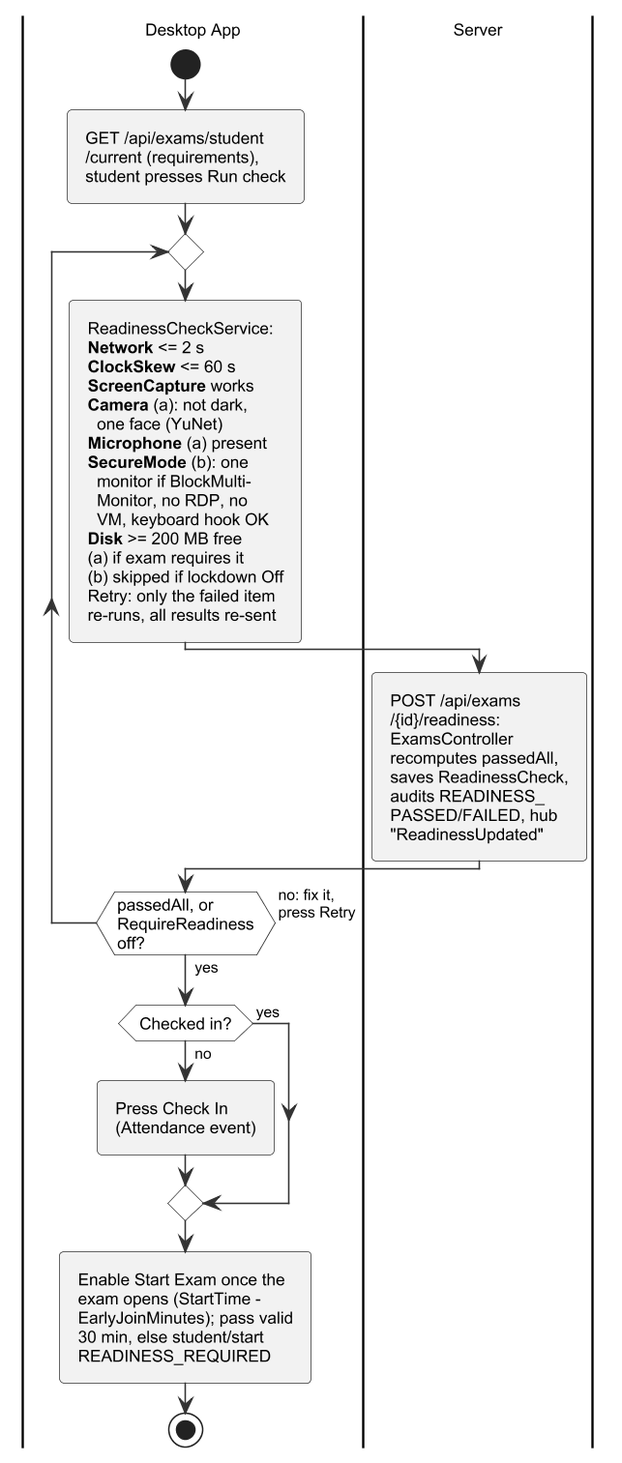
Earlier version of the PlantUML export important docs/fyp_doc_3chatp/Figures/activity_diagnostics.png (Haiderali27-hub/AI-Lab-Monitoring-).
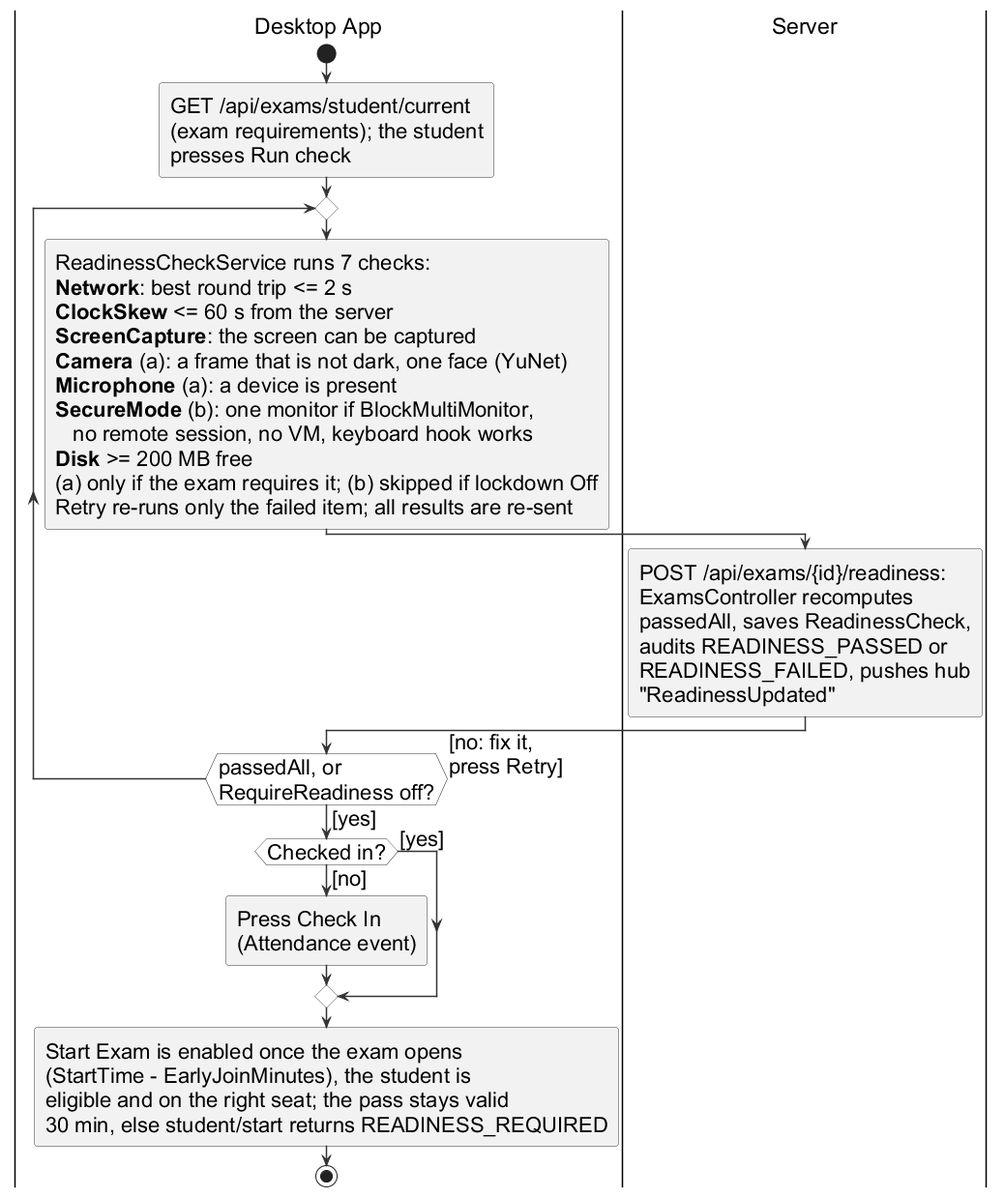
After the change.

Change to the diagram source:
```diff
@@ -1,20 +1,49 @@
 @startuml
 !include style.iuml
+skinparam dpi 96
+skinparam defaultFontSize 22
+skinparam ArrowFontSize 22
+skinparam ArrowThickness 1.5
+skinparam padding 1
+skinparam swimlane {
+  TitleFontSize 23
+}
 skinparam defaultTextAlignment left
 
 |Desktop App|
 start
-:GET /api/exams/student\n/current (requirements),\nstudent presses Run check;
+:GET /api/exams/student/current
+(exam requirements); the student
+presses Run check;
 repeat
-  :ReadinessCheckService:\n<b>Network</b> <= 2 s\n<b>ClockSkew</b> <= 60 s\n<b>ScreenCapture</b> works\n<b>Camera</b> (a): not dark,\n  one face (YuNet)\n<b>Microphone</b> (a) present\n<b>SecureMode</b> (b): one\n  monitor if BlockMulti-\n  Monitor, no RDP, no\n  VM, keyboard hook OK\n<b>Disk</b> >= 200 MB free\n(a) if exam requires it\n(b) skipped if lockdown Off\nRetry: only the failed item\nre-runs, all results re-sent;
+  :ReadinessCheckService runs 7 checks:
+  <b>Network</b>: best round trip <= 2 s
+  <b>ClockSkew</b> <= 60 s from the server
+  <b>ScreenCapture</b>: the screen can be captured
+  <b>Camera</b> (a): a frame that is not dark, one face (YuNet)
+  <b>Microphone</b> (a): a device is present
+  <b>SecureMode</b> (b): one monitor if BlockMultiMonitor,
+     no remote session, no VM, keyboard hook works
+  <b>Disk</b> >= 200 MB free
+  (a) only if the exam requires it; (b) skipped if lockdown Off
+  Retry re-runs only the failed item; all results are re-sent;
   |Server|
-  :POST /api/exams\n/{id}/readiness:\nExamsController\nrecomputes passedAll,\nsaves ReadinessCheck,\naudits READINESS_\nPASSED/FAILED, hub\n"ReadinessUpdated";
+  :POST /api/exams/{id}/readiness:
+  ExamsController recomputes
+  passedAll, saves ReadinessCheck,
+  audits READINESS_PASSED or
+  READINESS_FAILED, pushes hub
+  "ReadinessUpdated";
   |Desktop App|
-repeat while (passedAll, or\nRequireReadiness\noff?) is (no: fix it,\npress Retry) not (yes)
-if (Checked in?) then (no)
-  :Press Check In\n(Attendance event);
-else (yes)
+repeat while (passedAll, or\nRequireReadiness off?) is ([no: fix it,\npress Retry]) not ([yes])
+if (Checked in?) then ([no])
+  :Press Check In
+  (Attendance event);
+else ([yes])
 endif
-:Enable Start Exam once the\nexam opens (StartTime -\nEarlyJoinMinutes); pass valid\n30 min, else student/start\nREADINESS_REQUIRED;
+:Start Exam is enabled once the exam opens
+(StartTime - EarlyJoinMinutes), the student is
+eligible and on the right seat; the pass stays valid
+30 min, else student/start returns READINESS_REQUIRED;
 stop
 @enduml
```
